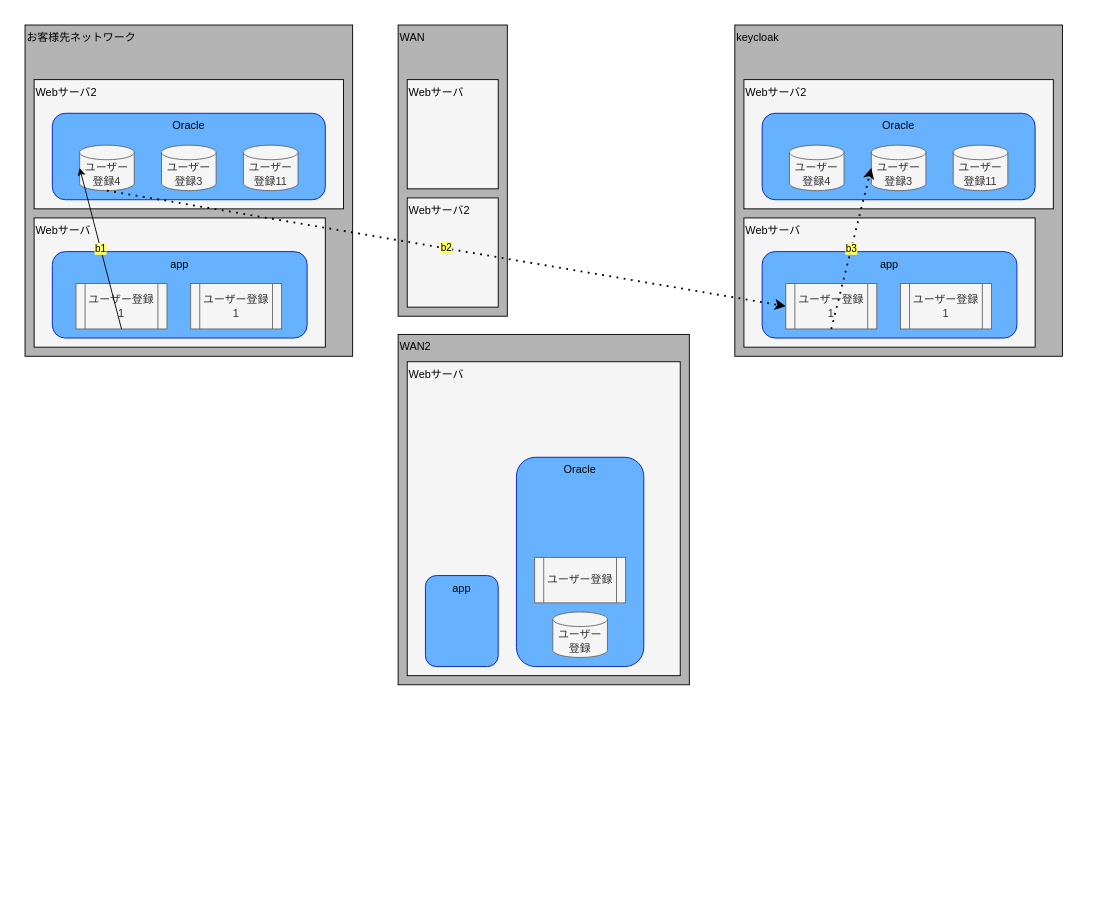
This is hello2.drawio from siroa/yamdraw, a draw.io file, before an edit. Source tidied: cells renumbered, new cells numbered last; positions are measured from the earlier drawing's top-left corner, leaving out a move shared by most shapes. Both pictures are drawn from the tidied source at 91%, with x=0, y=0 at pixel (25, 25).
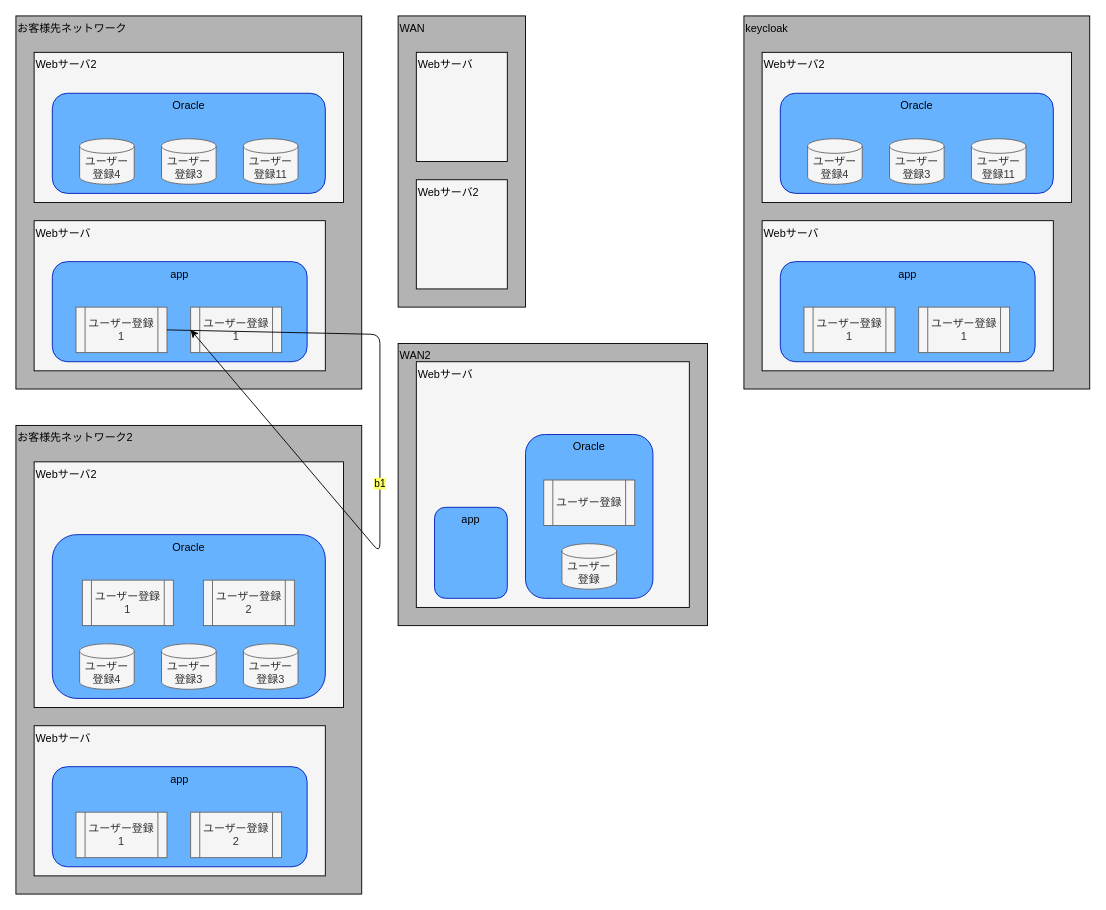
The same diagram, later.

What changed in the source:
```diff
@@
-<mxGraphModel>
+<mxGraphModel background="#ffffff">
@@
     <mxCell id="2" style="group;" parent="1" vertex="1">
-      <mxGeometry width="360" height="364" as="geometry" />
+      <mxGeometry x="-10" y="-10" width="380" height="410" as="geometry" />
     </mxCell>
     <mxCell id="3" value="お客様先ネットワーク" style="whiteSpace=wrap;html=1;strokeColor=#000000;strokeWidth=1;fillColor=#B3B3B3;gradientColor=none;align=left;fontColor=#000000;verticalAlign=top;" parent="2" vertex="1">
-      <mxGeometry width="360" height="364" as="geometry" />
+      <mxGeometry width="380" height="410" as="geometry" />
     </mxCell>
     <mxCell id="4" style="group;" parent="2" vertex="1">
-      <mxGeometry x="10" y="212" width="320" height="142" as="geometry" />
+      <mxGeometry x="20" y="225" width="320" height="165" as="geometry" />
     </mxCell>
     <mxCell id="5" value="Webサーバ" style="whiteSpace=wrap;html=1;strokeColor=#000000;strokeWidth=1;fillColor=#f5f5f5;gradientColor=none;align=left;fontColor=#000000;verticalAlign=top;" parent="4" vertex="1">
-      <mxGeometry width="320" height="142" as="geometry" />
+      <mxGeometry width="320" height="165" as="geometry" />
     </mxCell>
     <mxCell id="6" style="group;" parent="4" vertex="1">
-      <mxGeometry x="20" y="37" width="280" height="95" as="geometry" />
+      <mxGeometry x="20" y="45" width="280" height="110" as="geometry" />
     </mxCell>
     <mxCell id="7" value="app" style="rounded=1;whiteSpace=wrap;html=1;fillColor=#66B2FF;fontColor=#000000;strokeColor=#001DBC;align=center;verticalAlign=top;" parent="6" vertex="1">
-      <mxGeometry width="280" height="95" as="geometry" />
+      <mxGeometry width="280" height="110" as="geometry" />
     </mxCell>
     <mxCell id="8" value="ユーザー登録1" style="shape=process;whiteSpace=wrap;html=1;backgroundOutline=1;fontColor=#333333;fillColor=#f5f5f5;strokeColor=#666666;" parent="6" vertex="1">
-      <mxGeometry x="26" y="35" width="100" height="50" as="geometry" />
+      <mxGeometry x="26" y="50" width="100" height="50" as="geometry" />
     </mxCell>
     <mxCell id="9" value="ユーザー登録1" style="shape=process;whiteSpace=wrap;html=1;backgroundOutline=1;fontColor=#333333;fillColor=#f5f5f5;strokeColor=#666666;" parent="6" vertex="1">
-      <mxGeometry x="152" y="35" width="100" height="50" as="geometry" />
+      <mxGeometry x="152" y="50" width="100" height="50" as="geometry" />
     </mxCell>
     <mxCell id="10" style="group;" parent="2" vertex="1">
-      <mxGeometry x="10" y="60" width="340" height="142" as="geometry" />
+      <mxGeometry x="20" y="40" width="340" height="165" as="geometry" />
     </mxCell>
     <mxCell id="11" value="Webサーバ2" style="whiteSpace=wrap;html=1;strokeColor=#000000;strokeWidth=1;fillColor=#f5f5f5;gradientColor=none;align=left;fontColor=#000000;verticalAlign=top;" parent="10" vertex="1">
-      <mxGeometry width="340" height="142" as="geometry" />
+      <mxGeometry width="340" height="165" as="geometry" />
     </mxCell>
     <mxCell id="12" style="group;" parent="10" vertex="1">
-      <mxGeometry x="20" y="37" width="300" height="95" as="geometry" />
+      <mxGeometry x="20" y="45" width="300" height="110" as="geometry" />
     </mxCell>
     <mxCell id="13" value="Oracle" style="rounded=1;whiteSpace=wrap;html=1;fillColor=#66B2FF;fontColor=#000000;strokeColor=#001DBC;align=center;verticalAlign=top;" parent="12" vertex="1">
-      <mxGeometry width="300" height="95" as="geometry" />
+      <mxGeometry width="300" height="110" as="geometry" />
     </mxCell>
     <mxCell id="14" value="ユーザー登録4" style="shape=cylinder3;whiteSpace=wrap;html=1;boundedLbl=1;backgroundOutline=1;size=8;fontColor=#333333;fillColor=#f5f5f5;strokeColor=#666666;" parent="12" vertex="1">
-      <mxGeometry x="30" y="35" width="60" height="50" as="geometry" />
+      <mxGeometry x="30" y="50" width="60" height="50" as="geometry" />
     </mxCell>
     <mxCell id="15" value="ユーザー登録3" style="shape=cylinder3;whiteSpace=wrap;html=1;boundedLbl=1;backgroundOutline=1;size=8;fontColor=#333333;fillColor=#f5f5f5;strokeColor=#666666;" parent="12" vertex="1">
-      <mxGeometry x="120" y="35" width="60" height="50" as="geometry" />
+      <mxGeometry x="120" y="50" width="60" height="50" as="geometry" />
     </mxCell>
     <mxCell id="16" value="ユーザー登録11" style="shape=cylinder3;whiteSpace=wrap;html=1;boundedLbl=1;backgroundOutline=1;size=8;fontColor=#333333;fillColor=#f5f5f5;strokeColor=#666666;" parent="12" vertex="1">
-      <mxGeometry x="210" y="35" width="60" height="50" as="geometry" />
+      <mxGeometry x="210" y="50" width="60" height="50" as="geometry" />
     </mxCell>
     <mxCell id="17" style="group;" parent="1" vertex="1">
-      <mxGeometry x="410" width="120" height="320" as="geometry" />
+      <mxGeometry x="-10" y="440" width="380" height="515" as="geometry" />
     </mxCell>
-    <mxCell id="18" value="WAN" style="whiteSpace=wrap;html=1;strokeColor=#000000;strokeWidth=1;fillColor=#B3B3B3;gradientColor=none;align=left;fontColor=#000000;verticalAlign=top;" parent="17" vertex="1">
-      <mxGeometry width="120" height="320" as="geometry" />
+    <mxCell id="18" value="お客様先ネットワーク2" style="whiteSpace=wrap;html=1;strokeColor=#000000;strokeWidth=1;fillColor=#B3B3B3;gradientColor=none;align=left;fontColor=#000000;verticalAlign=top;" parent="17" vertex="1">
+      <mxGeometry width="380" height="515" as="geometry" />
     </mxCell>
     <mxCell id="19" style="group;" parent="17" vertex="1">
-      <mxGeometry x="10" y="190" width="100" height="120" as="geometry" />
+      <mxGeometry x="20" y="330" width="320" height="165" as="geometry" />
     </mxCell>
-    <mxCell id="20" value="Webサーバ2" style="whiteSpace=wrap;html=1;strokeColor=#000000;strokeWidth=1;fillColor=#f5f5f5;gradientColor=none;align=left;fontColor=#000000;verticalAlign=top;" parent="19" vertex="1">
-      <mxGeometry width="100" height="120" as="geometry" />
+    <mxCell id="20" value="Webサーバ" style="whiteSpace=wrap;html=1;strokeColor=#000000;strokeWidth=1;fillColor=#f5f5f5;gradientColor=none;align=left;fontColor=#000000;verticalAlign=top;" parent="19" vertex="1">
+      <mxGeometry width="320" height="165" as="geometry" />
     </mxCell>
-    <mxCell id="21" style="group;" parent="17" vertex="1">
-      <mxGeometry x="10" y="60" width="100" height="120" as="geometry" />
+    <mxCell id="21" style="group;" parent="19" vertex="1">
+      <mxGeometry x="20" y="45" width="280" height="110" as="geometry" />
     </mxCell>
-    <mxCell id="22" value="Webサーバ" style="whiteSpace=wrap;html=1;strokeColor=#000000;strokeWidth=1;fillColor=#f5f5f5;gradientColor=none;align=left;fontColor=#000000;verticalAlign=top;" parent="21" vertex="1">
-      <mxGeometry width="100" height="120" as="geometry" />
+    <mxCell id="22" value="app" style="rounded=1;whiteSpace=wrap;html=1;fillColor=#66B2FF;fontColor=#000000;strokeColor=#001DBC;align=center;verticalAlign=top;" parent="21" vertex="1">
+      <mxGeometry width="280" height="110" as="geometry" />
     </mxCell>
-    <mxCell id="23" style="group;" parent="1" vertex="1">
-      <mxGeometry x="410" y="340" width="320" height="385" as="geometry" />
-    </mxCell>
-    <mxCell id="24" value="WAN2" style="whiteSpace=wrap;html=1;strokeColor=#000000;strokeWidth=1;fillColor=#B3B3B3;gradientColor=none;align=left;fontColor=#000000;verticalAlign=top;" parent="23" vertex="1">
-      <mxGeometry width="320" height="385" as="geometry" />
-    </mxCell>
+    <mxCell id="51" value="ユーザー登録1" style="shape=process;whiteSpace=wrap;html=1;backgroundOutline=1;fontColor=#333333;fillColor=#f5f5f5;strokeColor=#666666;" parent="21" vertex="1">
+      <mxGeometry x="26" y="50" width="100" height="50" as="geometry" />
+    </mxCell>
+    <mxCell id="52" value="ユーザー登録2" style="shape=process;whiteSpace=wrap;html=1;backgroundOutline=1;fontColor=#333333;fillColor=#f5f5f5;strokeColor=#666666;" parent="21" vertex="1">
+      <mxGeometry x="152" y="50" width="100" height="50" as="geometry" />
+    </mxCell>
-    <mxCell id="25" style="group;" parent="23" vertex="1">
-      <mxGeometry x="10" y="30" width="300" height="345" as="geometry" />
+    <mxCell id="25" style="group;" parent="17" vertex="1">
+      <mxGeometry x="20" y="40" width="340" height="270" as="geometry" />
     </mxCell>
-    <mxCell id="26" value="Webサーバ" style="whiteSpace=wrap;html=1;strokeColor=#000000;strokeWidth=1;fillColor=#f5f5f5;gradientColor=none;align=left;fontColor=#000000;verticalAlign=top;" parent="25" vertex="1">
-      <mxGeometry width="300" height="345" as="geometry" />
+    <mxCell id="26" value="Webサーバ2" style="whiteSpace=wrap;html=1;strokeColor=#000000;strokeWidth=1;fillColor=#f5f5f5;gradientColor=none;align=left;fontColor=#000000;verticalAlign=top;" parent="25" vertex="1">
+      <mxGeometry width="340" height="270" as="geometry" />
     </mxCell>
     <mxCell id="27" style="group;" parent="25" vertex="1">
-      <mxGeometry x="20" y="235" width="80" height="100" as="geometry" />
+      <mxGeometry x="20" y="80" width="300" height="180" as="geometry" />
     </mxCell>
-    <mxCell id="28" value="app" style="rounded=1;whiteSpace=wrap;html=1;fillColor=#66B2FF;fontColor=#000000;strokeColor=#001DBC;align=center;verticalAlign=top;" parent="27" vertex="1">
-      <mxGeometry width="80" height="100" as="geometry" />
+    <mxCell id="28" value="Oracle" style="rounded=1;whiteSpace=wrap;html=1;fillColor=#66B2FF;fontColor=#000000;strokeColor=#001DBC;align=center;verticalAlign=top;" parent="27" vertex="1">
+      <mxGeometry width="300" height="180" as="geometry" />
     </mxCell>
-    <mxCell id="29" style="group;" parent="25" vertex="1">
-      <mxGeometry x="120" y="105" width="140" height="230" as="geometry" />
-    </mxCell>
-    <mxCell id="30" value="Oracle" style="rounded=1;whiteSpace=wrap;html=1;fillColor=#66B2FF;fontColor=#000000;strokeColor=#001DBC;align=center;verticalAlign=top;" parent="29" vertex="1">
-      <mxGeometry width="140" height="230" as="geometry" />
-    </mxCell>
-    <mxCell id="31" value="ユーザー登録" style="shape=cylinder3;whiteSpace=wrap;html=1;boundedLbl=1;backgroundOutline=1;size=8;fontColor=#333333;fillColor=#f5f5f5;strokeColor=#666666;" parent="29" vertex="1">
-      <mxGeometry x="40" y="170" width="60" height="50" as="geometry" />
-    </mxCell>
-    <mxCell id="32" value="ユーザー登録" style="shape=process;whiteSpace=wrap;html=1;backgroundOutline=1;fontColor=#333333;fillColor=#f5f5f5;strokeColor=#666666;" parent="29" vertex="1">
-      <mxGeometry x="20" y="110" width="100" height="50" as="geometry" />
-    </mxCell>
-    <mxCell id="33" style="group;" parent="1" vertex="1">
-      <mxGeometry x="780" width="360" height="364" as="geometry" />
-    </mxCell>
+    <mxCell id="53" value="ユーザー登録4" style="shape=cylinder3;whiteSpace=wrap;html=1;boundedLbl=1;backgroundOutline=1;size=8;fontColor=#333333;fillColor=#f5f5f5;strokeColor=#666666;" parent="27" vertex="1">
+      <mxGeometry x="30" y="120" width="60" height="50" as="geometry" />
+    </mxCell>
+    <mxCell id="54" value="ユーザー登録3" style="shape=cylinder3;whiteSpace=wrap;html=1;boundedLbl=1;backgroundOutline=1;size=8;fontColor=#333333;fillColor=#f5f5f5;strokeColor=#666666;" parent="27" vertex="1">
+      <mxGeometry x="120" y="120" width="60" height="50" as="geometry" />
+    </mxCell>
+    <mxCell id="55" value="ユーザー登録3" style="shape=cylinder3;whiteSpace=wrap;html=1;boundedLbl=1;backgroundOutline=1;size=8;fontColor=#333333;fillColor=#f5f5f5;strokeColor=#666666;" parent="27" vertex="1">
+      <mxGeometry x="210" y="120" width="60" height="50" as="geometry" />
+    </mxCell>
+    <mxCell id="56" value="ユーザー登録1" style="shape=process;whiteSpace=wrap;html=1;backgroundOutline=1;fontColor=#333333;fillColor=#f5f5f5;strokeColor=#666666;" parent="27" vertex="1">
+      <mxGeometry x="33" y="50" width="100" height="50" as="geometry" />
+    </mxCell>
+    <mxCell id="57" value="ユーザー登録2" style="shape=process;whiteSpace=wrap;html=1;backgroundOutline=1;fontColor=#333333;fillColor=#f5f5f5;strokeColor=#666666;" parent="27" vertex="1">
+      <mxGeometry x="166" y="50" width="100" height="50" as="geometry" />
+    </mxCell>
-    <mxCell id="34" value="keycloak" style="whiteSpace=wrap;html=1;strokeColor=#000000;strokeWidth=1;fillColor=#B3B3B3;gradientColor=none;align=left;fontColor=#000000;verticalAlign=top;" parent="33" vertex="1">
-      <mxGeometry width="360" height="364" as="geometry" />
+    <mxCell id="34" style="group;" parent="1" vertex="1">
+      <mxGeometry x="410" y="-10" width="140" height="320" as="geometry" />
     </mxCell>
-    <mxCell id="35" style="group;" parent="33" vertex="1">
-      <mxGeometry x="10" y="212" width="320" height="142" as="geometry" />
-    </mxCell>
+    <mxCell id="58" value="WAN" style="whiteSpace=wrap;html=1;strokeColor=#000000;strokeWidth=1;fillColor=#B3B3B3;gradientColor=none;align=left;fontColor=#000000;verticalAlign=top;" parent="34" vertex="1">
+      <mxGeometry width="140" height="320" as="geometry" />
+    </mxCell>
-    <mxCell id="36" value="Webサーバ" style="whiteSpace=wrap;html=1;strokeColor=#000000;strokeWidth=1;fillColor=#f5f5f5;gradientColor=none;align=left;fontColor=#000000;verticalAlign=top;" parent="35" vertex="1">
-      <mxGeometry width="320" height="142" as="geometry" />
+    <mxCell id="36" style="group;" parent="34" vertex="1">
+      <mxGeometry x="20" y="180" width="100" height="120" as="geometry" />
     </mxCell>
-    <mxCell id="37" style="group;" parent="35" vertex="1">
-      <mxGeometry x="20" y="37" width="280" height="95" as="geometry" />
+    <mxCell id="37" value="Webサーバ2" style="whiteSpace=wrap;html=1;strokeColor=#000000;strokeWidth=1;fillColor=#f5f5f5;gradientColor=none;align=left;fontColor=#000000;verticalAlign=top;" parent="36" vertex="1">
+      <mxGeometry width="100" height="120" as="geometry" />
     </mxCell>
-    <mxCell id="38" value="app" style="rounded=1;whiteSpace=wrap;html=1;fillColor=#66B2FF;fontColor=#000000;strokeColor=#001DBC;align=center;verticalAlign=top;" parent="37" vertex="1">
-      <mxGeometry width="280" height="95" as="geometry" />
+    <mxCell id="38" style="group;" parent="34" vertex="1">
+      <mxGeometry x="20" y="40" width="100" height="120" as="geometry" />
     </mxCell>
-    <mxCell id="39" value="ユーザー登録1" style="shape=process;whiteSpace=wrap;html=1;backgroundOutline=1;fontColor=#333333;fillColor=#f5f5f5;strokeColor=#666666;" parent="37" vertex="1">
-      <mxGeometry x="26" y="35" width="100" height="50" as="geometry" />
-    </mxCell>
-    <mxCell id="40" value="ユーザー登録1" style="shape=process;whiteSpace=wrap;html=1;backgroundOutline=1;fontColor=#333333;fillColor=#f5f5f5;strokeColor=#666666;" parent="37" vertex="1">
-      <mxGeometry x="152" y="35" width="100" height="50" as="geometry" />
-    </mxCell>
+    <mxCell id="59" value="Webサーバ" style="whiteSpace=wrap;html=1;strokeColor=#000000;strokeWidth=1;fillColor=#f5f5f5;gradientColor=none;align=left;fontColor=#000000;verticalAlign=top;" parent="38" vertex="1">
+      <mxGeometry width="100" height="120" as="geometry" />
+    </mxCell>
+    <mxCell id="60" style="group;" parent="1" vertex="1">
+      <mxGeometry x="410" y="350" width="340" height="310" as="geometry" />
+    </mxCell>
-    <mxCell id="41" style="group;" parent="33" vertex="1">
-      <mxGeometry x="10" y="60" width="340" height="142" as="geometry" />
+    <mxCell id="41" value="WAN2" style="whiteSpace=wrap;html=1;strokeColor=#000000;strokeWidth=1;fillColor=#B3B3B3;gradientColor=none;align=left;fontColor=#000000;verticalAlign=top;" parent="60" vertex="1">
+      <mxGeometry width="340" height="310" as="geometry" />
     </mxCell>
-    <mxCell id="42" value="Webサーバ2" style="whiteSpace=wrap;html=1;strokeColor=#000000;strokeWidth=1;fillColor=#f5f5f5;gradientColor=none;align=left;fontColor=#000000;verticalAlign=top;" parent="41" vertex="1">
-      <mxGeometry width="340" height="142" as="geometry" />
+    <mxCell id="42" style="group;" parent="60" vertex="1">
+      <mxGeometry x="20" y="20" width="300" height="270" as="geometry" />
     </mxCell>
-    <mxCell id="43" style="group;" parent="41" vertex="1">
-      <mxGeometry x="20" y="37" width="300" height="95" as="geometry" />
+    <mxCell id="43" value="Webサーバ" style="whiteSpace=wrap;html=1;strokeColor=#000000;strokeWidth=1;fillColor=#f5f5f5;gradientColor=none;align=left;fontColor=#000000;verticalAlign=top;" parent="42" vertex="1">
+      <mxGeometry width="300" height="270" as="geometry" />
     </mxCell>
-    <mxCell id="44" value="Oracle" style="rounded=1;whiteSpace=wrap;html=1;fillColor=#66B2FF;fontColor=#000000;strokeColor=#001DBC;align=center;verticalAlign=top;" parent="43" vertex="1">
-      <mxGeometry width="300" height="95" as="geometry" />
+    <mxCell id="44" style="group;" parent="42" vertex="1">
+      <mxGeometry x="20" y="160" width="80" height="100" as="geometry" />
     </mxCell>
+    <mxCell id="61" value="app" style="rounded=1;whiteSpace=wrap;html=1;fillColor=#66B2FF;fontColor=#000000;strokeColor=#001DBC;align=center;verticalAlign=top;" parent="44" vertex="1">
+      <mxGeometry width="80" height="100" as="geometry" />
+    </mxCell>
+    <mxCell id="62" style="group;" parent="42" vertex="1">
+      <mxGeometry x="120" y="80" width="140" height="180" as="geometry" />
+    </mxCell>
+    <mxCell id="63" value="Oracle" style="rounded=1;whiteSpace=wrap;html=1;fillColor=#66B2FF;fontColor=#000000;strokeColor=#001DBC;align=center;verticalAlign=top;" parent="62" vertex="1">
+      <mxGeometry width="140" height="180" as="geometry" />
+    </mxCell>
+    <mxCell id="31" value="ユーザー登録" style="shape=cylinder3;whiteSpace=wrap;html=1;boundedLbl=1;backgroundOutline=1;size=8;fontColor=#333333;fillColor=#f5f5f5;strokeColor=#666666;" parent="62" vertex="1">
+      <mxGeometry x="40" y="120" width="60" height="50" as="geometry" />
+    </mxCell>
+    <mxCell id="32" value="ユーザー登録" style="shape=process;whiteSpace=wrap;html=1;backgroundOutline=1;fontColor=#333333;fillColor=#f5f5f5;strokeColor=#666666;" parent="62" vertex="1">
+      <mxGeometry x="20" y="50" width="100" height="50" as="geometry" />
+    </mxCell>
+    <mxCell id="50" style="group;" parent="1" vertex="1">
+      <mxGeometry x="790" y="-10" width="380" height="410" as="geometry" />
+    </mxCell>
+    <mxCell id="64" value="keycloak" style="whiteSpace=wrap;html=1;strokeColor=#000000;strokeWidth=1;fillColor=#B3B3B3;gradientColor=none;align=left;fontColor=#000000;verticalAlign=top;" parent="50" vertex="1">
+      <mxGeometry width="380" height="410" as="geometry" />
+    </mxCell>
+    <mxCell id="65" style="group;" parent="50" vertex="1">
+      <mxGeometry x="20" y="225" width="320" height="165" as="geometry" />
+    </mxCell>
+    <mxCell id="66" value="Webサーバ" style="whiteSpace=wrap;html=1;strokeColor=#000000;strokeWidth=1;fillColor=#f5f5f5;gradientColor=none;align=left;fontColor=#000000;verticalAlign=top;" parent="65" vertex="1">
+      <mxGeometry width="320" height="165" as="geometry" />
+    </mxCell>
+    <mxCell id="67" style="group;" parent="65" vertex="1">
+      <mxGeometry x="20" y="45" width="280" height="110" as="geometry" />
+    </mxCell>
+    <mxCell id="68" value="app" style="rounded=1;whiteSpace=wrap;html=1;fillColor=#66B2FF;fontColor=#000000;strokeColor=#001DBC;align=center;verticalAlign=top;" parent="67" vertex="1">
+      <mxGeometry width="280" height="110" as="geometry" />
+    </mxCell>
+    <mxCell id="39" value="ユーザー登録1" style="shape=process;whiteSpace=wrap;html=1;backgroundOutline=1;fontColor=#333333;fillColor=#f5f5f5;strokeColor=#666666;" parent="67" vertex="1">
+      <mxGeometry x="26" y="50" width="100" height="50" as="geometry" />
+    </mxCell>
+    <mxCell id="40" value="ユーザー登録1" style="shape=process;whiteSpace=wrap;html=1;backgroundOutline=1;fontColor=#333333;fillColor=#f5f5f5;strokeColor=#666666;" parent="67" vertex="1">
+      <mxGeometry x="152" y="50" width="100" height="50" as="geometry" />
+    </mxCell>
+    <mxCell id="69" style="group;" parent="50" vertex="1">
+      <mxGeometry x="20" y="40" width="340" height="165" as="geometry" />
+    </mxCell>
+    <mxCell id="70" value="Webサーバ2" style="whiteSpace=wrap;html=1;strokeColor=#000000;strokeWidth=1;fillColor=#f5f5f5;gradientColor=none;align=left;fontColor=#000000;verticalAlign=top;" parent="69" vertex="1">
+      <mxGeometry width="340" height="165" as="geometry" />
+    </mxCell>
+    <mxCell id="71" style="group;" parent="69" vertex="1">
+      <mxGeometry x="20" y="45" width="300" height="110" as="geometry" />
+    </mxCell>
+    <mxCell id="72" value="Oracle" style="rounded=1;whiteSpace=wrap;html=1;fillColor=#66B2FF;fontColor=#000000;strokeColor=#001DBC;align=center;verticalAlign=top;" parent="71" vertex="1">
+      <mxGeometry width="300" height="110" as="geometry" />
+    </mxCell>
-    <mxCell id="45" value="ユーザー登録4" style="shape=cylinder3;whiteSpace=wrap;html=1;boundedLbl=1;backgroundOutline=1;size=8;fontColor=#333333;fillColor=#f5f5f5;strokeColor=#666666;" parent="43" vertex="1">
-      <mxGeometry x="30" y="35" width="60" height="50" as="geometry" />
+    <mxCell id="45" value="ユーザー登録4" style="shape=cylinder3;whiteSpace=wrap;html=1;boundedLbl=1;backgroundOutline=1;size=8;fontColor=#333333;fillColor=#f5f5f5;strokeColor=#666666;" parent="71" vertex="1">
+      <mxGeometry x="30" y="50" width="60" height="50" as="geometry" />
     </mxCell>
-    <mxCell id="46" value="ユーザー登録3" style="shape=cylinder3;whiteSpace=wrap;html=1;boundedLbl=1;backgroundOutline=1;size=8;fontColor=#333333;fillColor=#f5f5f5;strokeColor=#666666;" parent="43" vertex="1">
-      <mxGeometry x="120" y="35" width="60" height="50" as="geometry" />
+    <mxCell id="46" value="ユーザー登録3" style="shape=cylinder3;whiteSpace=wrap;html=1;boundedLbl=1;backgroundOutline=1;size=8;fontColor=#333333;fillColor=#f5f5f5;strokeColor=#666666;" parent="71" vertex="1">
+      <mxGeometry x="120" y="50" width="60" height="50" as="geometry" />
     </mxCell>
-    <mxCell id="47" value="ユーザー登録11" style="shape=cylinder3;whiteSpace=wrap;html=1;boundedLbl=1;backgroundOutline=1;size=8;fontColor=#333333;fillColor=#f5f5f5;strokeColor=#666666;" parent="43" vertex="1">
-      <mxGeometry x="210" y="35" width="60" height="50" as="geometry" />
+    <mxCell id="47" value="ユーザー登録11" style="shape=cylinder3;whiteSpace=wrap;html=1;boundedLbl=1;backgroundOutline=1;size=8;fontColor=#333333;fillColor=#f5f5f5;strokeColor=#666666;" parent="71" vertex="1">
+      <mxGeometry x="210" y="50" width="60" height="50" as="geometry" />
     </mxCell>
-    <mxCell id="48" value="b1" style="endArrow=classic;html=1;strokeColor=#000000;entryDx=0;entryDy=0;entryPerimeter=0;labelBackgroundColor=#FFFF66;fontColor=#000000;entryX=0;entryY=0.5;exitX=0.5;exitY=1;" parent="1" edge="1" source="8" target="14">
-      <mxGeometry relative="1" as="geometry" />
+    <mxCell id="48" value="b1" style="endArrow=classic;html=1;strokeColor=#000000;entryDx=0;entryDy=0;entryPerimeter=0;labelBackgroundColor=#FFFF66;fontColor=#000000;entryX=0;entryY=0.5;exitX=1;exitY=0.5;" parent="1" edge="1" source="8" target="9">
+      <mxGeometry relative="1" as="geometry">
+        <Array as="points">
+          <mxPoint x="390" y="340" />
+          <mxPoint x="390" y="580" />
+        </Array>
+      </mxGeometry>
     </mxCell>
-    <mxCell id="49" value="b2" style="endArrow=classic;dashed=1;html=1;dashPattern=1 3;strokeWidth=2;fontColor=#000000;strokeColor=#000000;startArrow=none;startFill=0;entryDx=0;entryDy=0;entryPerimeter=0;exitX=0.75;exitY=1;exitDx=0;exitDy=0;endFill=1;labelBackgroundColor=#FFFF66;entryX=0;entryY=0.5;exitX=0.5;exitY=1;" parent="1" edge="1" source="14" target="39">
-      <mxGeometry relative="1" as="geometry" />
-    </mxCell>
-    <mxCell id="50" value="b3" style="endArrow=classic;dashed=1;html=1;dashPattern=1 3;strokeWidth=2;fontColor=#000000;strokeColor=#000000;startArrow=none;startFill=0;entryDx=0;entryDy=0;entryPerimeter=0;exitX=0.75;exitY=1;exitDx=0;exitDy=0;endFill=1;labelBackgroundColor=#FFFF66;entryX=0;entryY=0.5;exitX=0.5;exitY=1;" parent="1" edge="1" source="39" target="46">
-      <mxGeometry relative="1" as="geometry" />
-    </mxCell>
```
